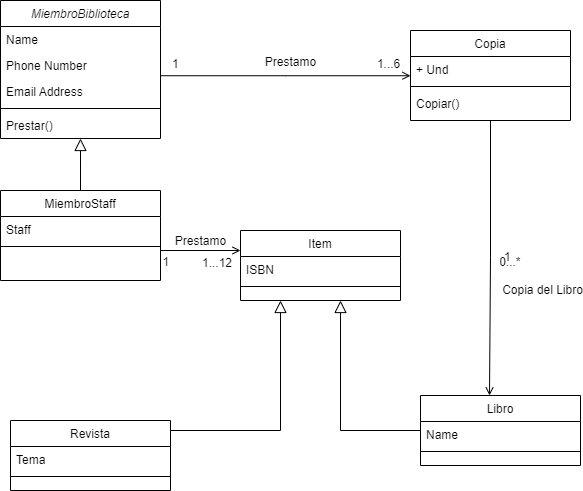
Before: UML/BibliotecaUML.png, a diagram exported from draw.io (Incsoftware95/CoursePython). Source tidied: cells renumbered, new cells last; positions are measured from the earlier drawing's top-left corner, leaving out a move shared by most shapes.
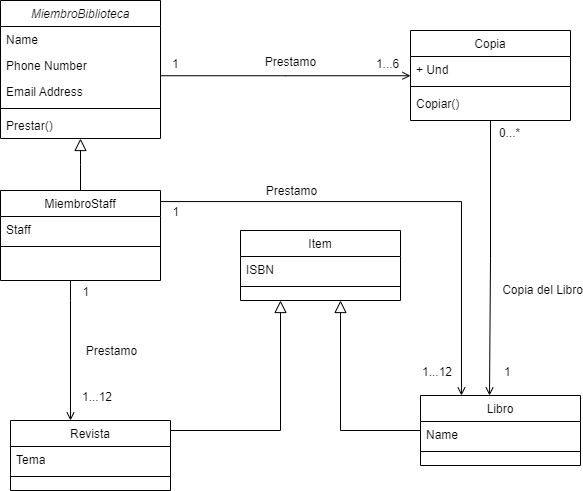
Above is the later version.

What changed in the source:
```diff
@@ -109,29 +109,29 @@
         </Array>
       </mxGeometry>
     </mxCell>
-    <mxCell id="32" style="endArrow=open;shadow=0;strokeWidth=1;rounded=0;endFill=1;edgeStyle=elbowEdgeStyle;elbow=vertical;exitX=1;exitY=0.5;exitDx=0;exitDy=0;" parent="2" edge="1">
+    <mxCell id="32" style="endArrow=open;shadow=0;strokeWidth=1;rounded=0;endFill=1;edgeStyle=elbowEdgeStyle;elbow=vertical;" parent="2" edge="1">
       <mxGeometry x="0.5" y="41" relative="1" as="geometry">
-        <mxPoint x="160" y="255" as="sourcePoint" />
-        <mxPoint x="240" y="250" as="targetPoint" />
+        <mxPoint x="70" y="280" as="sourcePoint" />
+        <mxPoint x="70" y="420" as="targetPoint" />
         <Array as="points">
-          <mxPoint x="204" y="250" />
+          <mxPoint x="60" y="300" />
         </Array>
         <mxPoint x="-40" y="32" as="offset" />
       </mxGeometry>
     </mxCell>
     <mxCell id="33" value="1...12" style="align=left;verticalAlign=bottom;labelBackgroundColor=none;fontSize=12;" parent="32" vertex="1">
       <mxGeometry x="-1" relative="1" as="geometry">
-        <mxPoint x="40" y="15" as="offset" />
+        <mxPoint x="10" y="125" as="offset" />
       </mxGeometry>
     </mxCell>
     <mxCell id="34" value="1" style="align=right;verticalAlign=bottom;labelBackgroundColor=none;fontSize=12;direction=south;" parent="32" vertex="1">
       <mxGeometry x="1" relative="1" as="geometry">
-        <mxPoint x="-70" y="19" as="offset" />
+        <mxPoint x="20" y="-120" as="offset" />
       </mxGeometry>
     </mxCell>
     <mxCell id="35" value="Prestamo" style="text;html=1;align=center;verticalAlign=middle;labelBackgroundColor=none;rounded=0;shadow=0;strokeWidth=1;fontSize=12;" parent="32" vertex="1">
       <mxGeometry x="0.5" y="49" relative="1" as="geometry">
-        <mxPoint x="-19" y="39" as="offset" />
+        <mxPoint x="-9" y="-35" as="offset" />
       </mxGeometry>
     </mxCell>
     <mxCell id="36" style="endArrow=open;shadow=0;strokeWidth=1;rounded=0;endFill=1;edgeStyle=elbowEdgeStyle;elbow=vertical;exitX=0.5;exitY=1;exitDx=0;exitDy=0;" parent="2" edge="1" source="16">
@@ -142,12 +142,12 @@
     </mxCell>
     <mxCell id="37" value="1" style="align=left;verticalAlign=bottom;labelBackgroundColor=none;fontSize=12;" parent="36" vertex="1">
       <mxGeometry x="-1" relative="1" as="geometry">
-        <mxPoint x="12" y="144" as="offset" />
+        <mxPoint x="12" y="260" as="offset" />
       </mxGeometry>
     </mxCell>
     <mxCell id="38" value="0...*" style="align=right;verticalAlign=bottom;labelBackgroundColor=none;fontSize=12;" parent="36" vertex="1">
       <mxGeometry x="1" relative="1" as="geometry">
-        <mxPoint x="32" y="-125" as="offset" />
+        <mxPoint x="32" y="-255" as="offset" />
       </mxGeometry>
     </mxCell>
     <mxCell id="39" value="Copia del Libro" style="text;html=1;align=center;verticalAlign=middle;labelBackgroundColor=none;rounded=0;shadow=0;strokeWidth=1;fontSize=12;" parent="36" vertex="1">
@@ -155,5 +155,30 @@
         <mxPoint x="3" y="-37" as="offset" />
       </mxGeometry>
     </mxCell>
+    <mxCell id="40" style="endArrow=open;shadow=0;strokeWidth=1;rounded=0;endFill=1;edgeStyle=elbowEdgeStyle;elbow=vertical;entryX=0.25;entryY=0;entryDx=0;entryDy=0;exitX=0.994;exitY=0.123;exitDx=0;exitDy=0;exitPerimeter=0;" parent="2" edge="1">
+      <mxGeometry x="0.5" y="41" relative="1" as="geometry">
+        <mxPoint x="160" y="201.1" as="sourcePoint" />
+        <mxPoint x="461" y="395" as="targetPoint" />
+        <Array as="points">
+          <mxPoint x="330" y="201.1" />
+        </Array>
+        <mxPoint x="-40" y="32" as="offset" />
+      </mxGeometry>
+    </mxCell>
+    <mxCell id="41" value="1...12" style="align=left;verticalAlign=bottom;labelBackgroundColor=none;fontSize=12;" parent="40" vertex="1">
+      <mxGeometry x="-1" relative="1" as="geometry">
+        <mxPoint x="260" y="179" as="offset" />
+      </mxGeometry>
+    </mxCell>
+    <mxCell id="42" value="1" style="align=right;verticalAlign=bottom;labelBackgroundColor=none;fontSize=12;direction=south;" parent="40" vertex="1">
+      <mxGeometry x="1" relative="1" as="geometry">
+        <mxPoint x="-281" y="-175" as="offset" />
+      </mxGeometry>
+    </mxCell>
+    <mxCell id="43" value="Prestamo" style="text;html=1;align=center;verticalAlign=middle;labelBackgroundColor=none;rounded=0;shadow=0;strokeWidth=1;fontSize=12;" parent="40" vertex="1">
+      <mxGeometry x="0.5" y="49" relative="1" as="geometry">
+        <mxPoint x="-220" y="-81" as="offset" />
+      </mxGeometry>
+    </mxCell>
   </root>
 </mxGraphModel>
```
